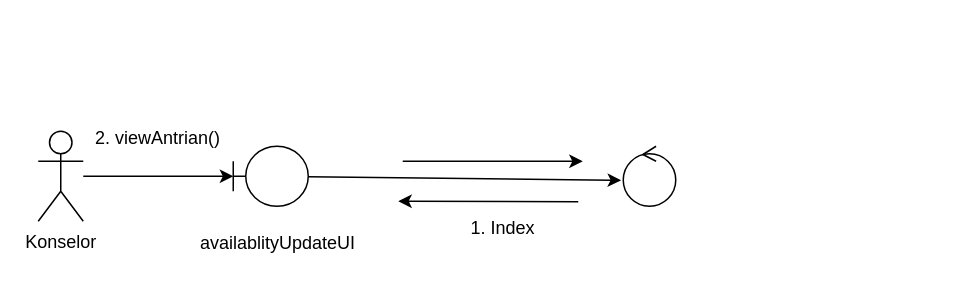
Before: Mini-Proj/MP_CC_EntryDD.drawio in mahesri/uml_ads_sms3, a draw.io diagram. Source tidied: cells renumbered, new cells numbered last; positions are measured from the earlier drawing's top-left corner, leaving out a move shared by most shapes. Both pictures are drawn from the tidied source at 150%, with x=0, y=0 at pixel (38, 116).
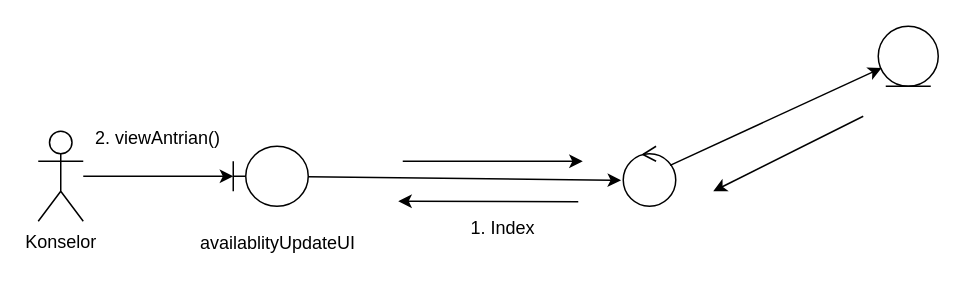
After the change.

Diff of the diagram source:
```diff
@@
 <mxGraphModel>
   <root>
     <mxCell id="0" />
     <mxCell id="1" parent="0" />
     <mxCell id="2" value="Konselor" style="shape=umlActor;verticalLabelPosition=bottom;verticalAlign=top;html=1;" parent="1" vertex="1">
       <mxGeometry y="10" width="30" height="60" as="geometry" />
     </mxCell>
     <mxCell id="3" style="endArrow=classic;html=1;rounded=0;" parent="1" edge="1">
       <mxGeometry relative="1" as="geometry">
         <mxPoint x="30" y="40" as="sourcePoint" />
         <mxPoint x="130" y="40" as="targetPoint" />
       </mxGeometry>
     </mxCell>
     <mxCell id="4" style="shape=umlBoundary;whiteSpace=wrap;html=1;" parent="1" vertex="1">
       <mxGeometry x="130" y="20" width="50" height="40" as="geometry" />
     </mxCell>
     <mxCell id="5" style="ellipse;shape=umlControl;whiteSpace=wrap;html=1;" parent="1" vertex="1">
       <mxGeometry x="390" y="20" width="35" height="40" as="geometry" />
     </mxCell>
     <mxCell id="6" value="1. Index" style="text;html=1;strokeColor=none;fillColor=none;align=center;verticalAlign=middle;whiteSpace=wrap;rounded=0;" parent="1" vertex="1">
       <mxGeometry x="280" y="60" width="60" height="30" as="geometry" />
     </mxCell>
     <mxCell id="7" style="endArrow=classic;html=1;rounded=0;entryX=-0.041;entryY=0.567;entryDx=0;entryDy=0;entryPerimeter=0;" parent="1" edge="1" source="4" target="5">
       <mxGeometry relative="1" as="geometry" />
     </mxCell>
     <mxCell id="8" style="endArrow=classic;html=1;rounded=0;" parent="1" edge="1">
       <mxGeometry relative="1" as="geometry">
         <mxPoint x="243" y="30" as="sourcePoint" />
         <mxPoint x="363" y="30" as="targetPoint" />
       </mxGeometry>
     </mxCell>
     <mxCell id="9" style="endArrow=classic;html=1;rounded=0;" parent="1" edge="1">
       <mxGeometry relative="1" as="geometry">
         <mxPoint x="360" y="57" as="sourcePoint" />
         <mxPoint x="240" y="56.6" as="targetPoint" />
       </mxGeometry>
     </mxCell>
     <mxCell id="10" value="availablityUpdateUI" style="text;html=1;strokeColor=none;fillColor=none;align=center;verticalAlign=middle;whiteSpace=wrap;rounded=0;" parent="1" vertex="1">
       <mxGeometry x="100" y="70" width="120" height="30" as="geometry" />
     </mxCell>
     <mxCell id="11" value="2. viewAntrian()" style="text;html=1;strokeColor=none;fillColor=none;align=center;verticalAlign=middle;whiteSpace=wrap;rounded=0;" parent="1" vertex="1">
       <mxGeometry x="30" width="100" height="30" as="geometry" />
     </mxCell>
+    <mxCell id="12" style="ellipse;shape=umlEntity;whiteSpace=wrap;html=1;" parent="1" vertex="1">
+      <mxGeometry x="560" y="-60" width="40" height="40" as="geometry" />
+    </mxCell>
+    <mxCell id="13" style="endArrow=classic;html=1;rounded=0;entryX=0.058;entryY=0.694;entryDx=0;entryDy=0;entryPerimeter=0;exitX=0.892;exitY=0.319;exitDx=0;exitDy=0;exitPerimeter=0;" parent="1" edge="1" source="5" target="12">
+      <mxGeometry relative="1" as="geometry" />
+    </mxCell>
+    <mxCell id="14" style="endArrow=classic;html=1;rounded=0;" parent="1" edge="1">
+      <mxGeometry relative="1" as="geometry">
+        <mxPoint x="550" as="sourcePoint" />
+        <mxPoint x="450" y="50" as="targetPoint" />
+      </mxGeometry>
+    </mxCell>
   </root>
 </mxGraphModel>
```
